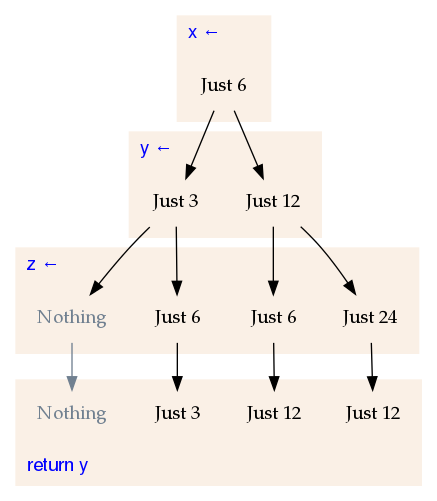
This is static/img/entries/monad-plus/halvedouble.png from mstksg/inCode, a Graphviz export, as it was before one commit. Its source is kept beside it as work/monad-plus/halvedouble.dot.
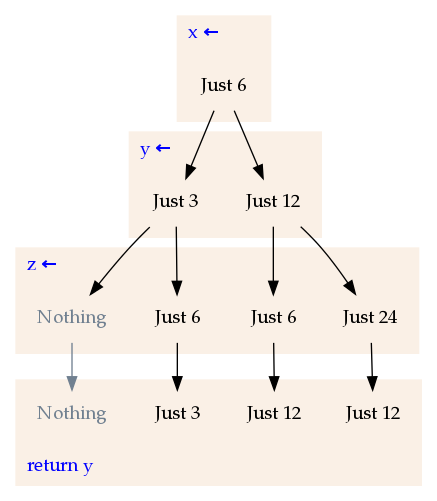
The same diagram one commit later.

What changed in the source:
```diff
@@ -1,7 +1,7 @@
 digraph {
 
     node [shape=none, color=white, fontname="palatino"] ;
-    graph [fontname="helvetica"] ;
+    graph [fontname="palatino"] ;
 
     /* rankdir=LR; */
 
```
